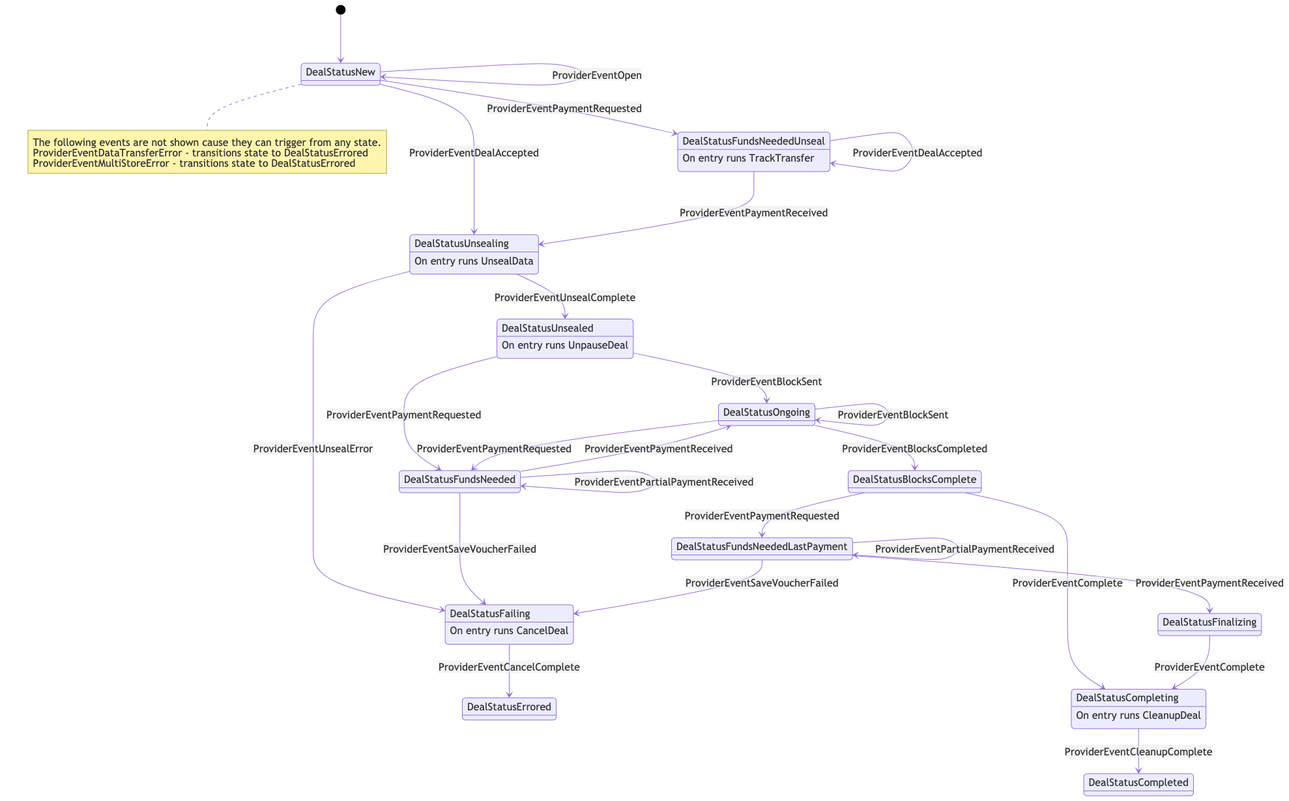
filecoin-project/go-fil-markets keeps this Mermaid diagram as docs/retrievalprovider.mmd.png. Above is the earlier version. Its source is kept beside it as docs/retrievalprovider.mmd.
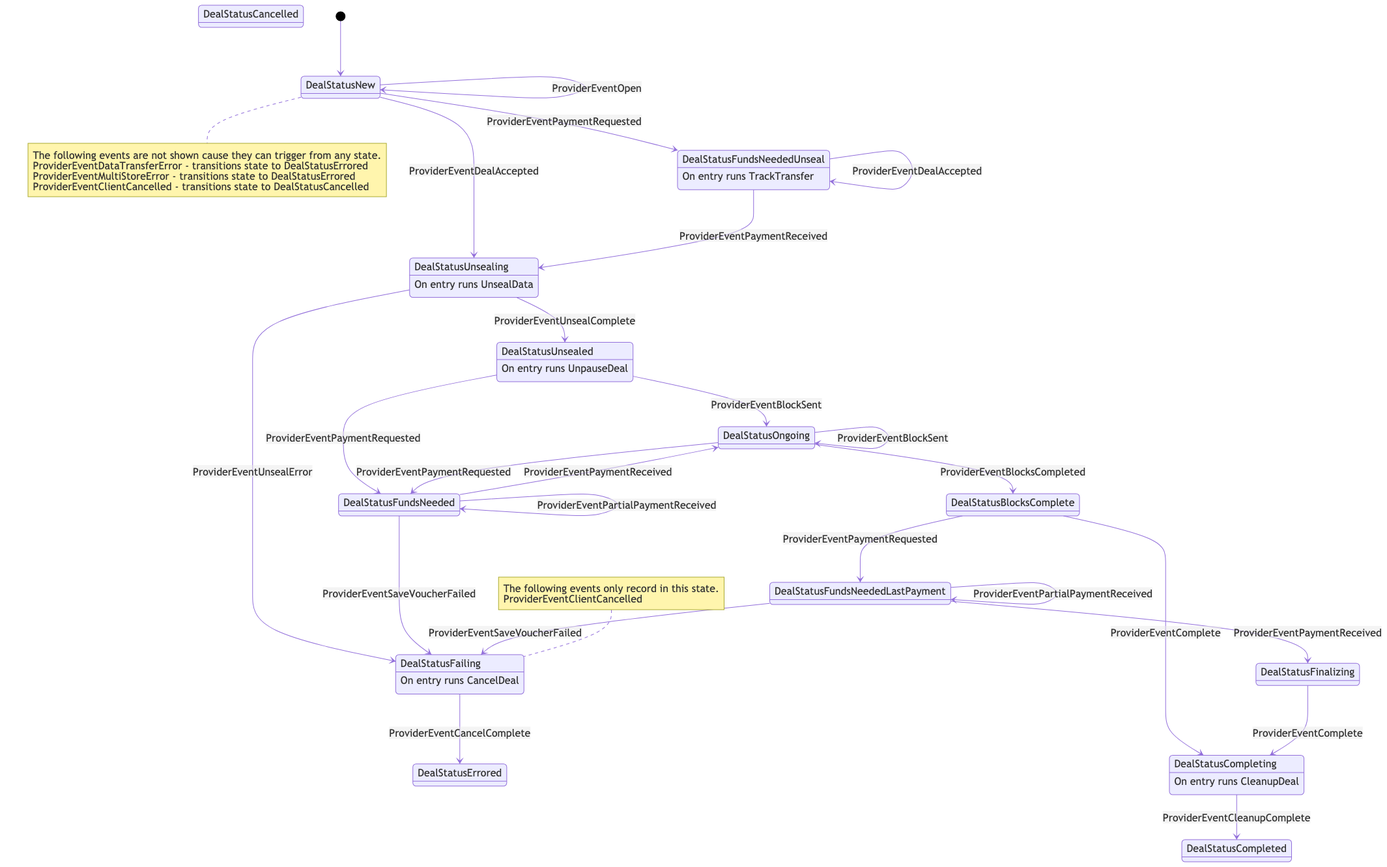
After the commit.

Change to the diagram source:
```diff
@@ -12,6 +12,7 @@
 	state "DealStatusBlocksComplete" as 18
 	state "DealStatusFinalizing" as 19
 	state "DealStatusCompleting" as 20
+	state "DealStatusCancelled" as 26
 	1 : On entry runs UnsealData
 	2 : On entry runs UnpauseDeal
 	7 : On entry runs TrackTransfer
@@ -23,6 +24,7 @@
 
 		ProviderEventDataTransferError - transitions state to DealStatusErrored
 		ProviderEventMultiStoreError - transitions state to DealStatusErrored
+		ProviderEventClientCancelled - transitions state to DealStatusCancelled
 	end note
 	0 --> 0 : ProviderEventOpen
 	0 --> 1 : ProviderEventDealAccepted
@@ -47,3 +49,5 @@
 	19 --> 20 : ProviderEventComplete
 	20 --> 15 : ProviderEventCleanupComplete
 	8 --> 17 : ProviderEventCancelComplete
+
+	note left of 8 : The following events only record in this state.<br><br>ProviderEventClientCancelled
```
